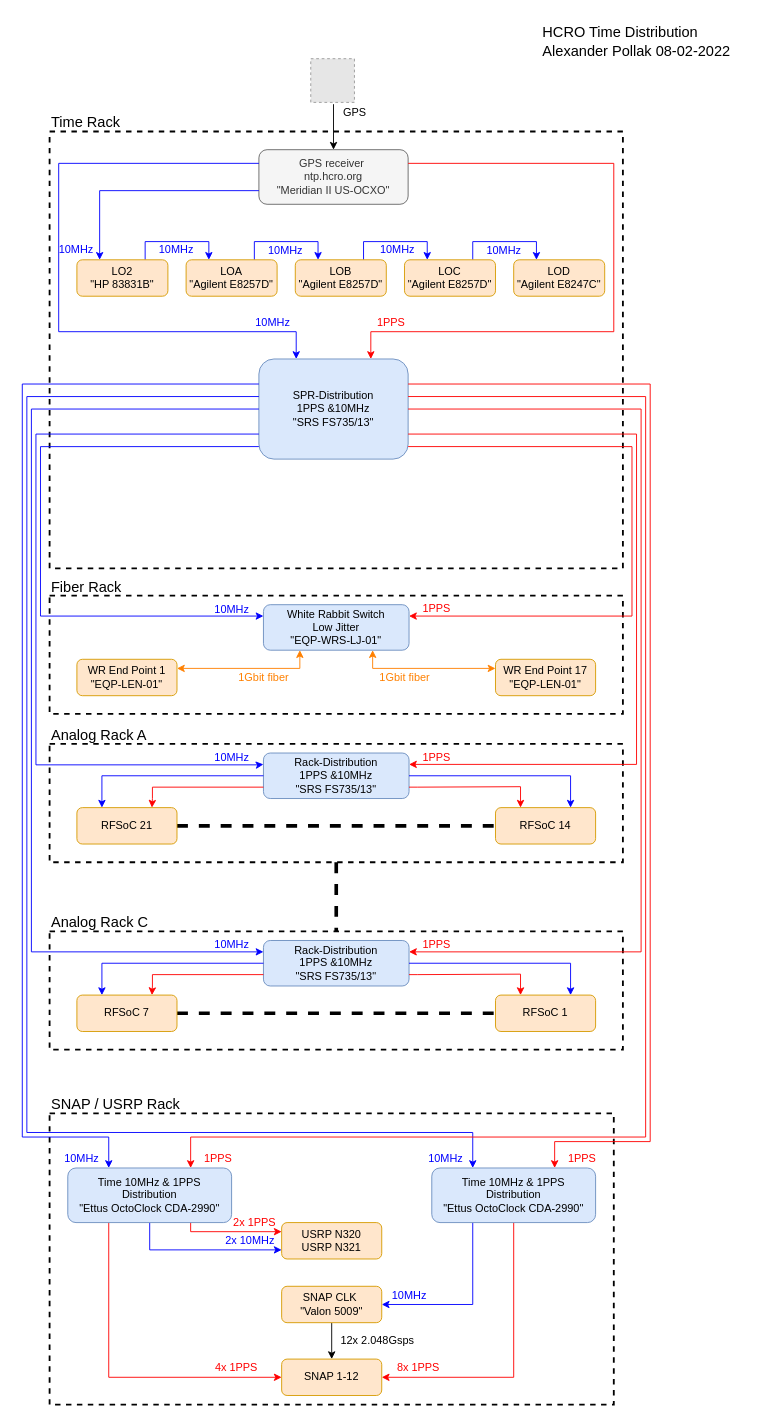
The draw.io diagram HCRO-Time-Standard/Time-Distribution-HCRO-08-02-2022.drawio in SETIatHCRO/Front-Page, before the edit. Source tidied: cells renumbered, new cells numbered last; positions are measured from the earlier drawing's top-left corner, leaving out a move shared by most shapes. Both pictures are drawn from the tidied source at 91%, with x=0, y=0 at pixel (22, 20). Pictures stored in the file or linked from it are replaced by grey dashed boxes.
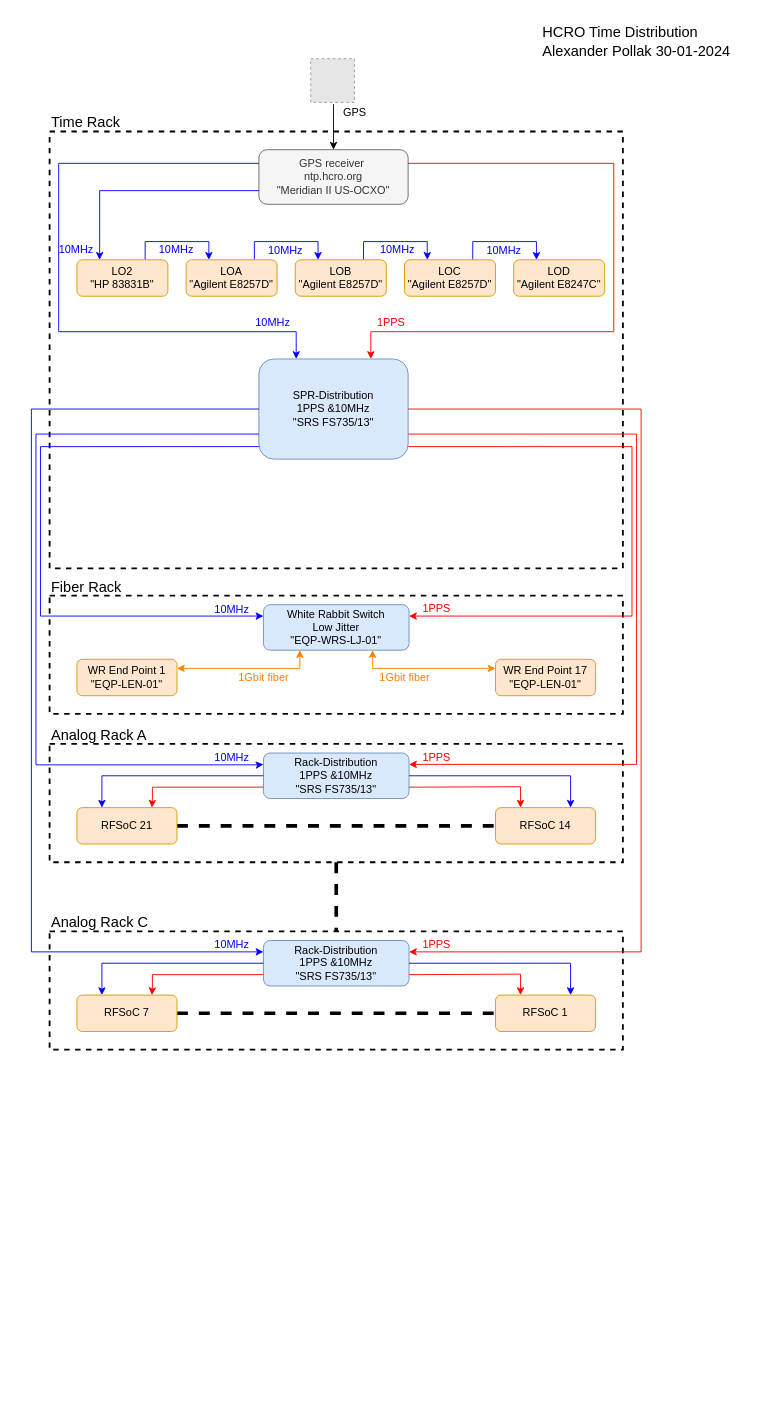
After the change.

Unchanged cells that the change refers to:
```xml
<mxCell id="15" value="SPR-Distribution&lt;br&gt;1PPS &amp;amp;10MHz&lt;br&gt;&quot;SRS FS735/13&quot;" style="rounded=1;whiteSpace=wrap;html=1;fillColor=#dae8fc;strokeColor=#6c8ebf;points=[[0.25,0],[0.75,0],[0,0.125],[0,0.25],[0,0.375],[0,0.5],[0,0.625],[0,0.75],[0,0.875],[1,0.125],[1,0.25],[1,0.375],[1,0.5],[1,0.625],[1,0.75],[1,0.875]];" parent="1" vertex="1">
  <mxGeometry x="260" y="372" width="164" height="110" as="geometry" />
</mxCell>
```

Change to the diagram source:
```diff
@@
-    <mxCell id="2" style="whiteSpace=wrap;html=1;dashed=1;strokeWidth=2;fillColor=none;" parent="1" vertex="1">
-      <mxGeometry x="30" y="1201" width="620" height="320" as="geometry" />
-    </mxCell>
@@
-    <mxCell id="9" value="12x 2.048Gsps" style="text;html=1;align=center;verticalAlign=middle;" parent="1" vertex="1">
-      <mxGeometry x="340" y="1441" width="100" height="20" as="geometry" />
-    </mxCell>
@@
-    <mxCell id="23" style="edgeStyle=orthogonalEdgeStyle;rounded=0;jettySize=auto;html=1;exitX=0.75;exitY=1;exitDx=0;exitDy=0;entryX=0;entryY=0.25;entryDx=0;entryDy=0;strokeColor=#FF0000;fontSize=16;fontColor=#FF0000;" parent="1" edge="1" source="26" target="47">
-      <mxGeometry relative="1" as="geometry">
-        <Array as="points">
-          <mxPoint x="185" y="1331" />
-        </Array>
-      </mxGeometry>
-    </mxCell>
-    <mxCell id="24" style="edgeStyle=orthogonalEdgeStyle;rounded=0;jettySize=auto;html=1;exitX=0.5;exitY=1;exitDx=0;exitDy=0;entryX=0;entryY=0.75;entryDx=0;entryDy=0;fontSize=16;fontColor=#FF0000;strokeColor=#0000FF;" parent="1" edge="1" source="26" target="47">
-      <mxGeometry relative="1" as="geometry" />
-    </mxCell>
-    <mxCell id="25" style="edgeStyle=orthogonalEdgeStyle;rounded=0;jettySize=auto;html=1;exitX=0.25;exitY=1;exitDx=0;exitDy=0;entryX=0;entryY=0.5;entryDx=0;entryDy=0;fontSize=16;fontColor=#FF0000;strokeColor=#FF0000;" parent="1" edge="1" source="26" target="44">
-      <mxGeometry relative="1" as="geometry" />
-    </mxCell>
-    <mxCell id="26" value="Time 10MHz &amp;amp; 1PPS&lt;br&gt;Distribution&lt;br&gt;&quot;Ettus OctoClock CDA-2990&quot;" style="rounded=1;whiteSpace=wrap;html=1;fillColor=#dae8fc;strokeColor=#6c8ebf;" parent="1" vertex="1">
-      <mxGeometry x="50" y="1261" width="180" height="60" as="geometry" />
-    </mxCell>
-    <mxCell id="27" style="edgeStyle=orthogonalEdgeStyle;rounded=0;jettySize=auto;html=1;exitX=0.25;exitY=1;exitDx=0;exitDy=0;entryX=1;entryY=0.5;entryDx=0;entryDy=0;fontSize=16;fontColor=#FF0000;strokeColor=#0000FF;" parent="1" edge="1" source="29" target="46">
-      <mxGeometry relative="1" as="geometry" />
-    </mxCell>
-    <mxCell id="28" style="edgeStyle=orthogonalEdgeStyle;rounded=0;jettySize=auto;html=1;exitX=0.5;exitY=1;exitDx=0;exitDy=0;entryX=1;entryY=0.5;entryDx=0;entryDy=0;fontSize=16;fontColor=#FF0000;strokeColor=#FF0000;" parent="1" edge="1" source="29" target="44">
-      <mxGeometry relative="1" as="geometry" />
-    </mxCell>
-    <mxCell id="29" value="Time 10MHz &amp;amp; 1PPS&lt;br&gt;Distribution&lt;br&gt;&quot;Ettus OctoClock CDA-2990&quot;" style="rounded=1;whiteSpace=wrap;html=1;fillColor=#dae8fc;strokeColor=#6c8ebf;" parent="1" vertex="1">
-      <mxGeometry x="450" y="1261" width="180" height="60" as="geometry" />
-    </mxCell>
@@
-    <mxCell id="39" value="SNAP / USRP Rack" style="text;html=1;align=left;verticalAlign=middle;fontSize=16;" parent="1" vertex="1">
-      <mxGeometry x="30" y="1181" width="160" height="20" as="geometry" />
-    </mxCell>
-    <mxCell id="40" value="10MHz" style="text;html=1;align=center;verticalAlign=middle;fontColor=#0000FF;" parent="1" vertex="1">
-      <mxGeometry x="40" y="1241" width="50" height="20" as="geometry" />
-    </mxCell>
-    <mxCell id="41" value="10MHz" style="text;html=1;align=center;verticalAlign=middle;fontColor=#0000FF;" parent="1" vertex="1">
-      <mxGeometry x="440" y="1241" width="50" height="20" as="geometry" />
-    </mxCell>
-    <mxCell id="42" value="1PPS" style="text;html=1;align=center;verticalAlign=middle;fontColor=#FF0000;" parent="1" vertex="1">
-      <mxGeometry x="590" y="1241" width="50" height="20" as="geometry" />
-    </mxCell>
-    <mxCell id="43" value="1PPS" style="text;html=1;align=center;verticalAlign=middle;fontColor=#FF0000;" parent="1" vertex="1">
-      <mxGeometry x="190" y="1241" width="50" height="20" as="geometry" />
-    </mxCell>
-    <mxCell id="44" value="SNAP 1-12" style="rounded=1;whiteSpace=wrap;html=1;fillColor=#ffe6cc;strokeColor=#d79b00;" parent="1" vertex="1">
-      <mxGeometry x="285" y="1471" width="110" height="40" as="geometry" />
-    </mxCell>
-    <mxCell id="45" style="edgeStyle=orthogonalEdgeStyle;rounded=0;jettySize=auto;html=1;exitX=0.5;exitY=1;exitDx=0;exitDy=0;entryX=0.5;entryY=0;entryDx=0;entryDy=0;fontSize=16;fontColor=#FF0000;" parent="1" edge="1" source="46" target="44">
-      <mxGeometry relative="1" as="geometry" />
-    </mxCell>
-    <mxCell id="46" value="SNAP CLK&amp;nbsp;&lt;br&gt;&quot;Valon 5009&quot;" style="rounded=1;whiteSpace=wrap;html=1;fillColor=#ffe6cc;strokeColor=#d79b00;" parent="1" vertex="1">
-      <mxGeometry x="285" y="1391" width="110" height="40" as="geometry" />
-    </mxCell>
-    <mxCell id="47" value="USRP N320&lt;br&gt;USRP N321" style="rounded=1;whiteSpace=wrap;html=1;fillColor=#ffe6cc;strokeColor=#d79b00;" parent="1" vertex="1">
-      <mxGeometry x="285" y="1321" width="110" height="40" as="geometry" />
-    </mxCell>
-    <mxCell id="48" value="8x 1PPS" style="text;html=1;align=center;verticalAlign=middle;fontColor=#FF0000;" parent="1" vertex="1">
-      <mxGeometry x="405" y="1471" width="60" height="20" as="geometry" />
-    </mxCell>
-    <mxCell id="49" value="4x 1PPS" style="text;html=1;align=center;verticalAlign=middle;fontColor=#FF0000;" parent="1" vertex="1">
-      <mxGeometry x="205" y="1471" width="60" height="20" as="geometry" />
-    </mxCell>
-    <mxCell id="50" value="10MHz" style="text;html=1;align=center;verticalAlign=middle;fontColor=#0000FF;" parent="1" vertex="1">
-      <mxGeometry x="400" y="1391" width="50" height="20" as="geometry" />
-    </mxCell>
-    <mxCell id="51" value="2x 10MHz" style="text;html=1;align=center;verticalAlign=middle;fontColor=#0000FF;" parent="1" vertex="1">
-      <mxGeometry x="215" y="1331" width="70" height="20" as="geometry" />
-    </mxCell>
-    <mxCell id="52" value="2x 1PPS" style="text;html=1;align=center;verticalAlign=middle;fontColor=#FF0000;" parent="1" vertex="1">
-      <mxGeometry x="225" y="1311" width="60" height="20" as="geometry" />
-    </mxCell>
-    <mxCell id="53" value="HCRO Time Distribution&lt;br&gt;Alexander Pollak 08-02-2022" style="text;html=1;align=left;verticalAlign=middle;fontSize=16;" parent="1" vertex="1">
-      <mxGeometry x="570" width="220" height="45" as="geometry" />
+    <mxCell id="53" value="HCRO Time Distribution&lt;br&gt;Alexander Pollak 30-01-2024" style="text;html=1;align=left;verticalAlign=middle;fontSize=16;" parent="1" vertex="1">
+      <mxGeometry x="570" y="-5" width="225" height="55" as="geometry" />
     </mxCell>
@@
-    <mxCell id="94" style="edgeStyle=orthogonalEdgeStyle;rounded=0;jettySize=auto;html=1;exitX=0;exitY=0.375;exitDx=0;exitDy=0;strokeColor=#0000FF;entryX=0.25;entryY=0;entryDx=0;entryDy=0;" parent="1" edge="1" source="15" target="29">
-      <mxGeometry relative="1" as="geometry">
-        <Array as="points">
-          <mxPoint x="5" y="413" />
-          <mxPoint x="5" y="1222" />
-          <mxPoint x="495" y="1222" />
-        </Array>
-      </mxGeometry>
-    </mxCell>
-    <mxCell id="95" style="edgeStyle=orthogonalEdgeStyle;rounded=0;jettySize=auto;html=1;exitX=0;exitY=0.25;exitDx=0;exitDy=0;strokeColor=#0000FF;entryX=0.25;entryY=0;entryDx=0;entryDy=0;" parent="1" edge="1" source="15" target="26">
-      <mxGeometry relative="1" as="geometry">
-        <Array as="points">
-          <mxPoint y="399" />
-          <mxPoint y="1227" />
-          <mxPoint x="95" y="1227" />
-        </Array>
-      </mxGeometry>
-    </mxCell>
-    <mxCell id="96" style="edgeStyle=orthogonalEdgeStyle;rounded=0;jettySize=auto;html=1;fontSize=16;entryX=1;entryY=0.375;entryDx=0;entryDy=0;strokeColor=#FF0000;endArrow=none;endFill=0;startArrow=classic;startFill=1;exitX=0.75;exitY=0;exitDx=0;exitDy=0;" parent="1" edge="1" source="26" target="15">
-      <mxGeometry relative="1" as="geometry">
-        <Array as="points">
-          <mxPoint x="185" y="1227" />
-          <mxPoint x="685" y="1227" />
-          <mxPoint x="685" y="413" />
-        </Array>
-      </mxGeometry>
-    </mxCell>
-    <mxCell id="97" style="edgeStyle=orthogonalEdgeStyle;rounded=0;jettySize=auto;html=1;exitX=0.75;exitY=0;exitDx=0;exitDy=0;fontSize=16;entryX=1;entryY=0.25;entryDx=0;entryDy=0;strokeColor=#FF0000;endArrow=none;endFill=0;startArrow=classic;startFill=1;" parent="1" edge="1" source="29" target="15">
-      <mxGeometry relative="1" as="geometry">
-        <Array as="points">
-          <mxPoint x="585" y="1232" />
-          <mxPoint x="690" y="1232" />
-          <mxPoint x="690" y="400" />
-          <mxPoint x="424" y="400" />
-        </Array>
-      </mxGeometry>
-    </mxCell>
```
